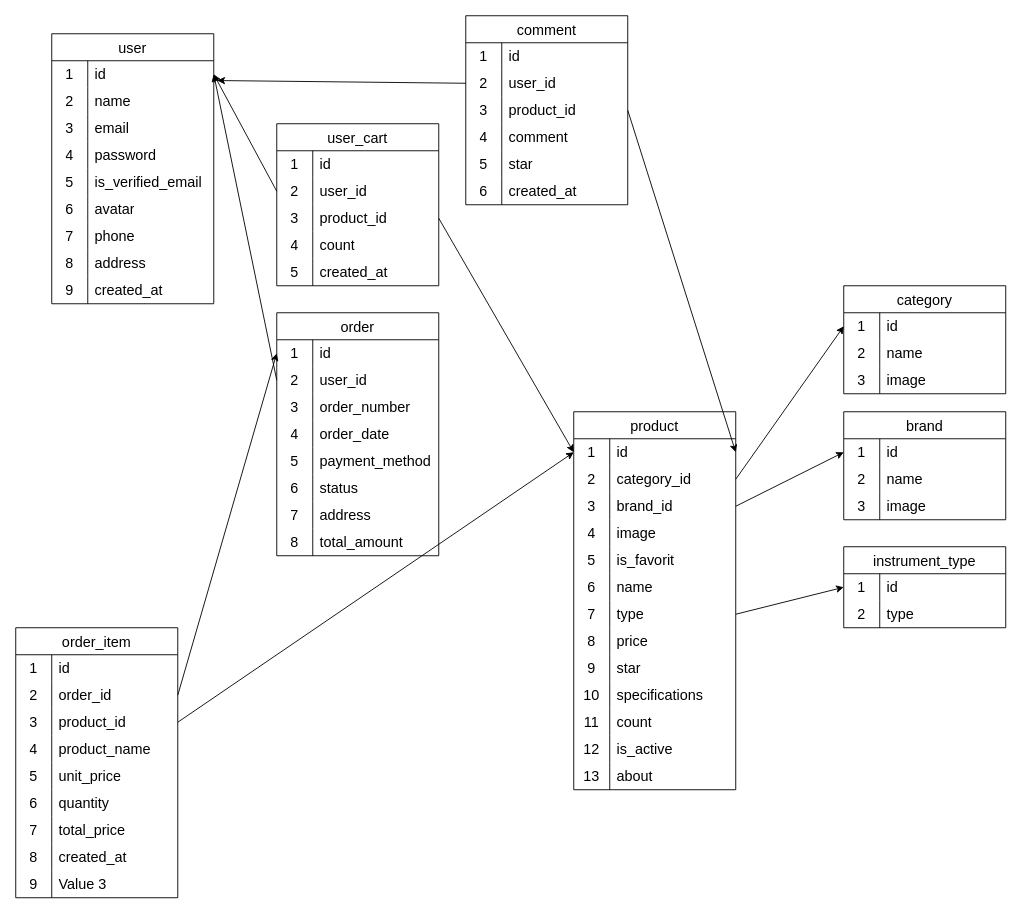
The draw.io diagram api/src/database/database.drawio in BlackDarkes/MusicGid, before the edit. Source tidied: cells renumbered, new cells numbered last; positions are measured from the earlier drawing's top-left corner, leaving out a move shared by most shapes. Both pictures are drawn from the tidied source at 90%, with x=0, y=0 at pixel (15, 15).
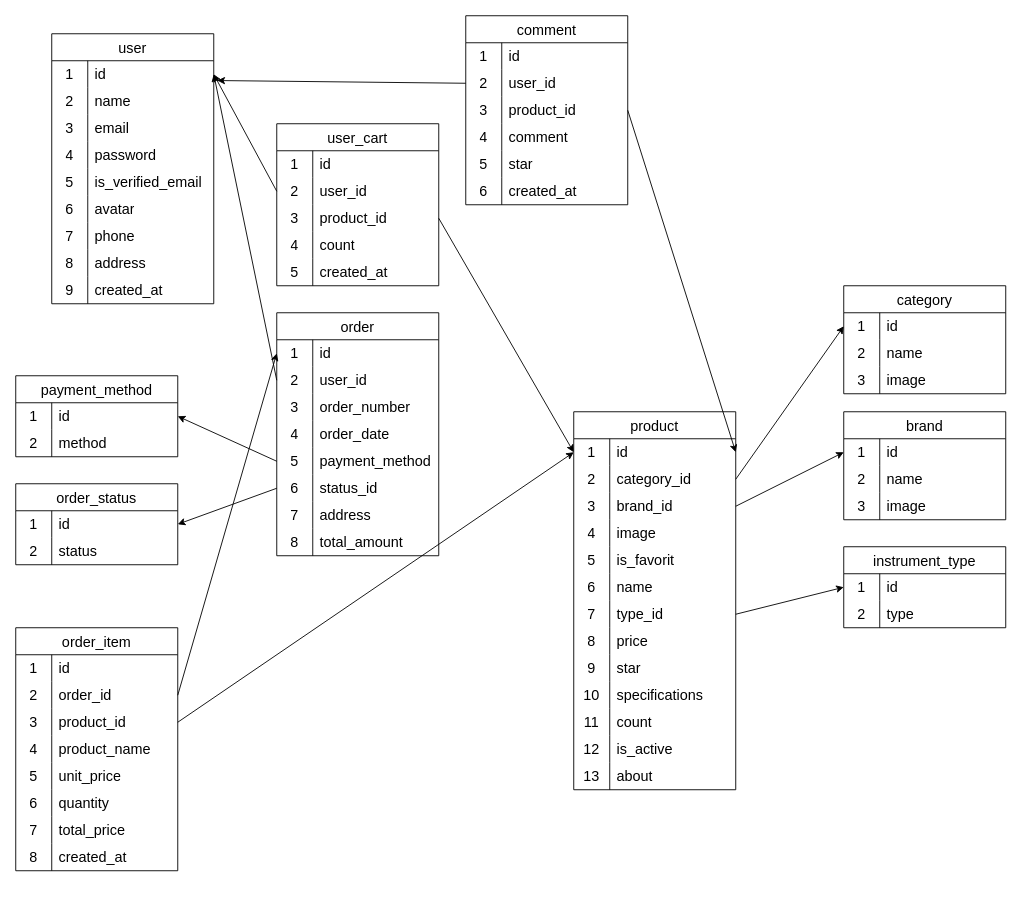
Above is the later version.

Commit message (it also covers changes not shown here):
Сделана prisma схема

Unchanged cells that the change refers to:
```xml
<mxCell id="79" style="shape=tableRow;horizontal=0;startSize=0;swimlaneHead=0;swimlaneBody=0;top=0;left=0;bottom=0;right=0;fillColor=none;points=[[0,0.5],[1,0.5]];portConstraint=eastwest;strokeColor=inherit;fontSize=16;" parent="60" vertex="1">
  <mxGeometry y="210" width="180" height="30" as="geometry" />
</mxCell>
<mxCell id="152" style="shape=tableRow;horizontal=0;startSize=0;swimlaneHead=0;swimlaneBody=0;top=0;left=0;bottom=0;right=0;fillColor=none;points=[[0,0.5],[1,0.5]];portConstraint=eastwest;strokeColor=inherit;fontSize=16;" parent="139" vertex="1">
  <mxGeometry y="150" width="180" height="30" as="geometry" />
</mxCell>
<mxCell id="155" style="shape=tableRow;horizontal=0;startSize=0;swimlaneHead=0;swimlaneBody=0;top=0;left=0;bottom=0;right=0;fillColor=none;points=[[0,0.5],[1,0.5]];portConstraint=eastwest;strokeColor=inherit;fontSize=16;" parent="139" vertex="1">
  <mxGeometry y="180" width="180" height="30" as="geometry" />
</mxCell>
```

What changed in the source:
```diff
@@
-    <mxCell id="81" value="type" style="shape=partialRectangle;html=1;whiteSpace=wrap;fillColor=none;top=0;left=0;bottom=0;right=0;align=left;spacingLeft=6;overflow=hidden;strokeColor=inherit;fontSize=16;" parent="79" vertex="1">
+    <mxCell id="81" value="type_id" style="shape=partialRectangle;html=1;whiteSpace=wrap;fillColor=none;top=0;left=0;bottom=0;right=0;align=left;spacingLeft=6;overflow=hidden;strokeColor=inherit;fontSize=16;" parent="79" vertex="1">
       <mxGeometry x="40" width="140" height="30" as="geometry" />
     </mxCell>
@@
-    <mxCell id="157" value="status" style="shape=partialRectangle;html=1;whiteSpace=wrap;fillColor=none;top=0;left=0;bottom=0;right=0;align=left;spacingLeft=6;overflow=hidden;strokeColor=inherit;fontSize=16;" parent="155" vertex="1">
+    <mxCell id="157" value="status_id" style="shape=partialRectangle;html=1;whiteSpace=wrap;fillColor=none;top=0;left=0;bottom=0;right=0;align=left;spacingLeft=6;overflow=hidden;strokeColor=inherit;fontSize=16;" parent="155" vertex="1">
       <mxGeometry x="40" width="140" height="30" as="geometry" />
     </mxCell>
@@
     <mxCell id="165" value="order_item" style="shape=table;startSize=30;childLayout=tableLayout;rowLines=0;fontStyle=0;strokeColor=default;fontSize=16;" parent="1" vertex="1">
-      <mxGeometry y="680" width="180" height="300" as="geometry" />
+      <mxGeometry y="680" width="180" height="270" as="geometry" />
     </mxCell>
@@
-    <mxCell id="190" style="shape=tableRow;horizontal=0;startSize=0;swimlaneHead=0;swimlaneBody=0;top=0;left=0;bottom=0;right=0;fillColor=none;strokeColor=inherit;fontSize=16;" parent="165" vertex="1">
-      <mxGeometry y="270" width="180" height="30" as="geometry" />
-    </mxCell>
-    <mxCell id="191" value="9" style="shape=partialRectangle;html=1;whiteSpace=wrap;fillColor=none;top=0;left=0;bottom=0;right=0;overflow=hidden;strokeColor=inherit;fontSize=16;" parent="190" vertex="1">
-      <mxGeometry width="40" height="30" as="geometry" />
-    </mxCell>
-    <mxCell id="192" value="Value 3" style="shape=partialRectangle;html=1;whiteSpace=wrap;fillColor=none;top=0;left=0;bottom=0;right=0;align=left;spacingLeft=6;overflow=hidden;strokeColor=inherit;fontSize=16;" parent="190" vertex="1">
-      <mxGeometry x="40" width="140" height="30" as="geometry" />
-    </mxCell>
@@
+    <mxCell id="195" value="payment_method" style="shape=table;startSize=30;childLayout=tableLayout;rowLines=0;fontStyle=0;strokeColor=default;fontSize=16;" parent="1" vertex="1">
+      <mxGeometry y="400" width="180" height="90" as="geometry" />
+    </mxCell>
+    <mxCell id="196" style="shape=tableRow;horizontal=0;startSize=0;swimlaneHead=0;swimlaneBody=0;top=0;left=0;bottom=0;right=0;fillColor=none;points=[[0,0.5],[1,0.5]];portConstraint=eastwest;strokeColor=inherit;fontSize=16;" parent="195" vertex="1">
+      <mxGeometry y="30" width="180" height="30" as="geometry" />
+    </mxCell>
+    <mxCell id="197" value="1" style="shape=partialRectangle;html=1;whiteSpace=wrap;fillColor=none;top=0;left=0;bottom=0;right=0;overflow=hidden;strokeColor=inherit;fontSize=16;" parent="196" vertex="1">
+      <mxGeometry width="40" height="30" as="geometry" />
+    </mxCell>
+    <mxCell id="198" value="id" style="shape=partialRectangle;html=1;whiteSpace=wrap;fillColor=none;top=0;left=0;bottom=0;right=0;align=left;spacingLeft=6;overflow=hidden;strokeColor=inherit;fontSize=16;" parent="196" vertex="1">
+      <mxGeometry x="40" width="140" height="30" as="geometry" />
+    </mxCell>
+    <mxCell id="199" style="shape=tableRow;horizontal=0;startSize=0;swimlaneHead=0;swimlaneBody=0;top=0;left=0;bottom=0;right=0;fillColor=none;strokeColor=inherit;fontSize=16;" parent="195" vertex="1">
+      <mxGeometry y="60" width="180" height="30" as="geometry" />
+    </mxCell>
+    <mxCell id="200" value="2" style="shape=partialRectangle;html=1;whiteSpace=wrap;fillColor=none;top=0;left=0;bottom=0;right=0;overflow=hidden;strokeColor=inherit;fontSize=16;" parent="199" vertex="1">
+      <mxGeometry width="40" height="30" as="geometry" />
+    </mxCell>
+    <mxCell id="201" value="method" style="shape=partialRectangle;html=1;whiteSpace=wrap;fillColor=none;top=0;left=0;bottom=0;right=0;align=left;spacingLeft=6;overflow=hidden;strokeColor=inherit;fontSize=16;" parent="199" vertex="1">
+      <mxGeometry x="40" width="140" height="30" as="geometry" />
+    </mxCell>
+    <mxCell id="202" style="edgeStyle=none;html=1;exitX=0;exitY=0.5;exitDx=0;exitDy=0;entryX=1;entryY=0.5;entryDx=0;entryDy=0;" parent="1" edge="1" source="152" target="196">
+      <mxGeometry relative="1" as="geometry" />
+    </mxCell>
+    <mxCell id="203" value="order_status" style="shape=table;startSize=30;childLayout=tableLayout;rowLines=0;fontStyle=0;strokeColor=default;fontSize=16;" parent="1" vertex="1">
+      <mxGeometry y="520" width="180" height="90" as="geometry" />
+    </mxCell>
+    <mxCell id="204" style="shape=tableRow;horizontal=0;startSize=0;swimlaneHead=0;swimlaneBody=0;top=0;left=0;bottom=0;right=0;fillColor=none;points=[[0,0.5],[1,0.5]];portConstraint=eastwest;strokeColor=inherit;fontSize=16;" parent="203" vertex="1">
+      <mxGeometry y="30" width="180" height="30" as="geometry" />
+    </mxCell>
+    <mxCell id="205" value="1" style="shape=partialRectangle;html=1;whiteSpace=wrap;fillColor=none;top=0;left=0;bottom=0;right=0;overflow=hidden;strokeColor=inherit;fontSize=16;" parent="204" vertex="1">
+      <mxGeometry width="40" height="30" as="geometry" />
+    </mxCell>
+    <mxCell id="206" value="id" style="shape=partialRectangle;html=1;whiteSpace=wrap;fillColor=none;top=0;left=0;bottom=0;right=0;align=left;spacingLeft=6;overflow=hidden;strokeColor=inherit;fontSize=16;" parent="204" vertex="1">
+      <mxGeometry x="40" width="140" height="30" as="geometry" />
+    </mxCell>
+    <mxCell id="207" style="shape=tableRow;horizontal=0;startSize=0;swimlaneHead=0;swimlaneBody=0;top=0;left=0;bottom=0;right=0;fillColor=none;strokeColor=inherit;fontSize=16;" parent="203" vertex="1">
+      <mxGeometry y="60" width="180" height="30" as="geometry" />
+    </mxCell>
+    <mxCell id="208" value="2" style="shape=partialRectangle;html=1;whiteSpace=wrap;fillColor=none;top=0;left=0;bottom=0;right=0;overflow=hidden;strokeColor=inherit;fontSize=16;" parent="207" vertex="1">
+      <mxGeometry width="40" height="30" as="geometry" />
+    </mxCell>
+    <mxCell id="209" value="status" style="shape=partialRectangle;html=1;whiteSpace=wrap;fillColor=none;top=0;left=0;bottom=0;right=0;align=left;spacingLeft=6;overflow=hidden;strokeColor=inherit;fontSize=16;" parent="207" vertex="1">
+      <mxGeometry x="40" width="140" height="30" as="geometry" />
+    </mxCell>
+    <mxCell id="210" style="edgeStyle=none;html=1;exitX=0;exitY=0.5;exitDx=0;exitDy=0;entryX=1;entryY=0.5;entryDx=0;entryDy=0;" parent="1" edge="1" source="155" target="204">
+      <mxGeometry relative="1" as="geometry" />
+    </mxCell>
```
